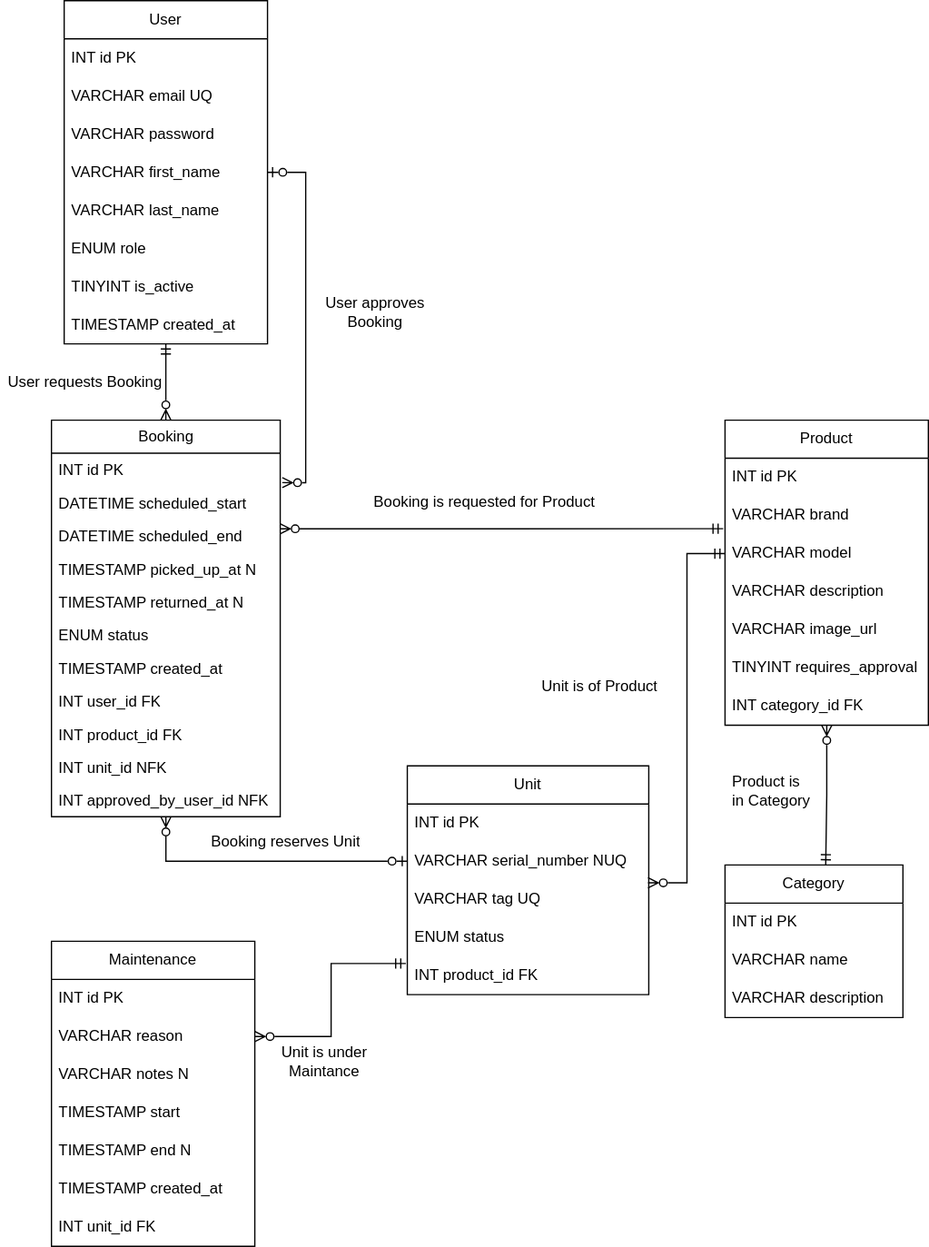
Above: database/Equipment Booking.drawio.svg in 37265/equipment-manager (draw.io), before the change. Source tidied: cells renumbered, new cells last; positions are measured from the earlier drawing's top-left corner, leaving out a move shared by most shapes.
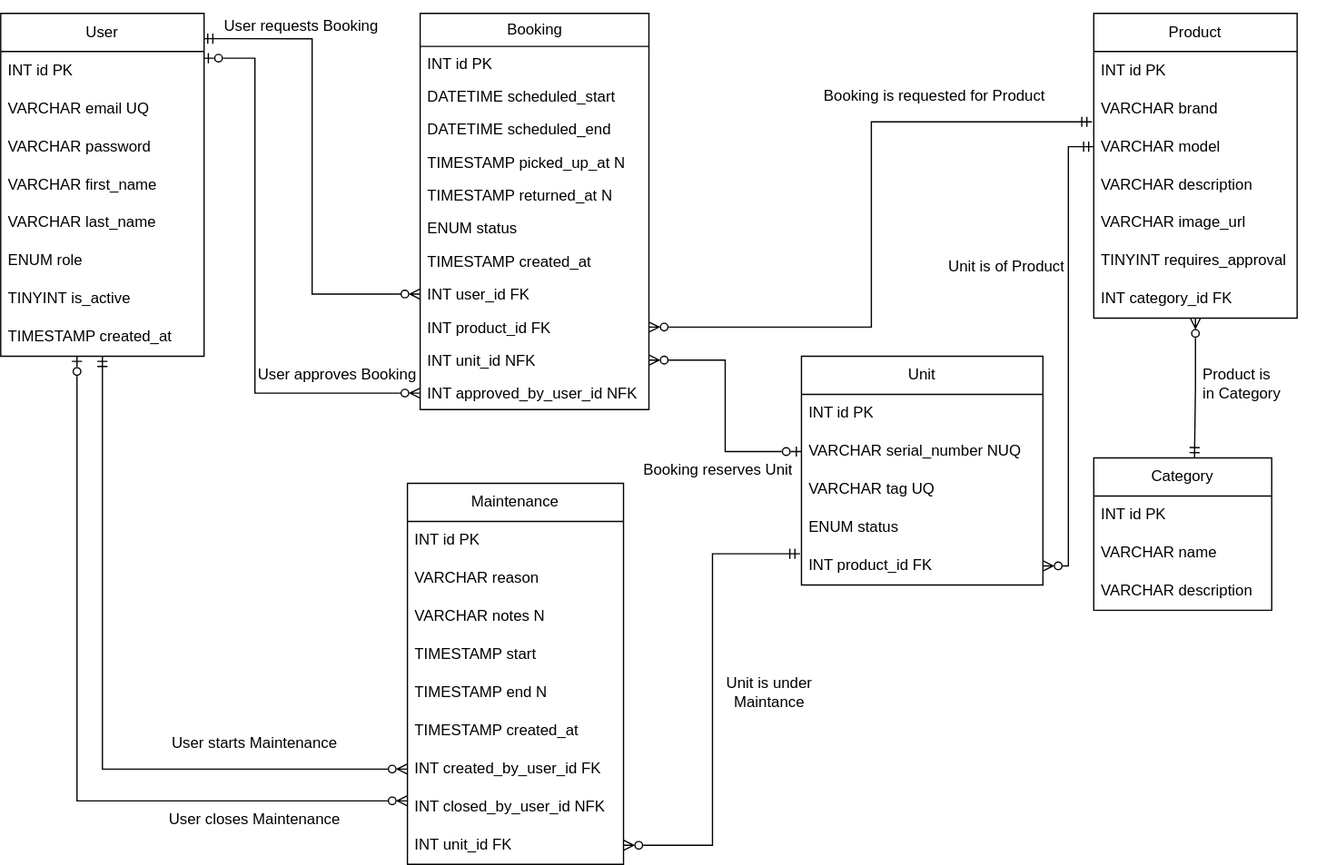
Above is the later version.

Commit message:
Update design doc and diagram

The edit, as a diff of the source:
```diff
@@ -2,11 +2,18 @@
   <root>
     <mxCell id="0" />
     <mxCell id="1" parent="0" />
-    <mxCell id="2" style="edgeStyle=orthogonalEdgeStyle;rounded=0;jettySize=auto;html=1;startArrow=ERmandOne;startFill=0;endArrow=ERzeroToMany;endFill=0;" parent="1" edge="1" source="3" target="24">
+    <mxCell id="2" style="edgeStyle=orthogonalEdgeStyle;rounded=0;jettySize=auto;html=1;startArrow=ERmandOne;startFill=0;endArrow=ERzeroToMany;endFill=0;exitX=0.993;exitY=0.074;exitDx=0;exitDy=0;exitPerimeter=0;entryX=0;entryY=0.5;entryDx=0;entryDy=0;" parent="1" edge="1" source="3" target="32">
       <mxGeometry relative="1" as="geometry" />
     </mxCell>
+    <mxCell id="63" style="edgeStyle=orthogonalEdgeStyle;rounded=0;jettySize=auto;html=1;entryX=0;entryY=0.5;entryDx=0;entryDy=0;startArrow=ERmandOne;startFill=0;endArrow=ERzeroToMany;endFill=0;" parent="1" edge="1" source="3" target="64">
+      <mxGeometry relative="1" as="geometry">
+        <Array as="points">
+          <mxPoint x="-210" y="925" />
+        </Array>
+      </mxGeometry>
+    </mxCell>
     <mxCell id="3" value="User" style="swimlane;fontStyle=0;horizontal=1;startSize=30;whiteSpace=wrap;html=1;" parent="1" vertex="1">
-      <mxGeometry x="50" width="160" height="270" as="geometry" />
+      <mxGeometry x="-290" y="330" width="160" height="270" as="geometry" />
     </mxCell>
     <mxCell id="4" value="INT id PK" style="text;strokeColor=none;fillColor=none;align=left;verticalAlign=middle;spacingLeft=4;spacingRight=4;overflow=hidden;points=[[0,0.5],[1,0.5]];portConstraint=eastwest;whiteSpace=wrap;html=1;" parent="3" vertex="1">
       <mxGeometry y="30" width="160" height="30" as="geometry" />
@@ -105,7 +112,7 @@
       <mxGeometry y="286" width="180" height="26" as="geometry" />
     </mxCell>
     <mxCell id="36" value="Unit" style="swimlane;fontStyle=0;horizontal=1;startSize=30;whiteSpace=wrap;html=1;" parent="1" vertex="1">
-      <mxGeometry x="320" y="602" width="190" height="180" as="geometry" />
+      <mxGeometry x="340" y="600" width="190" height="180" as="geometry" />
     </mxCell>
     <mxCell id="37" value="INT id PK" style="text;strokeColor=none;fillColor=none;align=left;verticalAlign=middle;spacingLeft=4;spacingRight=4;overflow=hidden;whiteSpace=wrap;html=1;" parent="36" vertex="1">
       <mxGeometry y="30" width="190" height="30" as="geometry" />
@@ -126,69 +133,90 @@
       <mxGeometry relative="1" as="geometry" />
     </mxCell>
     <mxCell id="43" value="Product is in&amp;nbsp;Category" style="text;strokeColor=none;fillColor=none;align=left;verticalAlign=middle;spacingLeft=4;spacingRight=4;overflow=hidden;whiteSpace=wrap;html=1;" parent="1" vertex="1">
-      <mxGeometry x="570" y="602" width="110" height="40" as="geometry" />
+      <mxGeometry x="650" y="602" width="110" height="40" as="geometry" />
     </mxCell>
-    <mxCell id="44" style="edgeStyle=orthogonalEdgeStyle;rounded=0;jettySize=auto;html=1;endArrow=ERzeroToOne;endFill=0;startArrow=ERzeroToMany;startFill=0;entryX=0;entryY=0.5;entryDx=0;entryDy=0;" parent="1" edge="1" source="24" target="38">
+    <mxCell id="44" style="edgeStyle=orthogonalEdgeStyle;rounded=0;jettySize=auto;html=1;endArrow=ERzeroToOne;endFill=0;startArrow=ERzeroToMany;startFill=0;entryX=0;entryY=0.5;entryDx=0;entryDy=0;exitX=1;exitY=0.5;exitDx=0;exitDy=0;" parent="1" edge="1" source="34" target="38">
       <mxGeometry relative="1" as="geometry" />
     </mxCell>
     <mxCell id="45" value="Booking reserves Unit" style="text;strokeColor=none;fillColor=none;align=left;verticalAlign=middle;spacingLeft=4;spacingRight=4;overflow=hidden;whiteSpace=wrap;html=1;" parent="1" vertex="1">
-      <mxGeometry x="160" y="642" width="140" height="40" as="geometry" />
+      <mxGeometry x="210" y="670" width="140" height="40" as="geometry" />
     </mxCell>
-    <mxCell id="46" style="edgeStyle=orthogonalEdgeStyle;rounded=0;jettySize=auto;html=1;entryX=0;entryY=0.5;entryDx=0;entryDy=0;endArrow=ERmandOne;endFill=0;startArrow=ERzeroToMany;startFill=0;exitX=0.997;exitY=0.067;exitDx=0;exitDy=0;exitPerimeter=0;" parent="1" edge="1" source="39" target="15">
+    <mxCell id="46" style="edgeStyle=orthogonalEdgeStyle;rounded=0;jettySize=auto;html=1;entryX=0;entryY=0.5;entryDx=0;entryDy=0;endArrow=ERmandOne;endFill=0;startArrow=ERzeroToMany;startFill=0;" parent="1" edge="1" source="41" target="15">
       <mxGeometry relative="1" as="geometry" />
     </mxCell>
     <mxCell id="47" value="User requests Booking" style="text;strokeColor=none;fillColor=none;align=left;verticalAlign=middle;spacingLeft=4;spacingRight=4;overflow=hidden;whiteSpace=wrap;html=1;" parent="1" vertex="1">
-      <mxGeometry y="280" width="140" height="40" as="geometry" />
+      <mxGeometry x="-120" y="320" width="140" height="40" as="geometry" />
     </mxCell>
     <mxCell id="48" value="Unit is of Product" style="text;strokeColor=none;fillColor=none;align=left;verticalAlign=middle;spacingLeft=4;spacingRight=4;overflow=hidden;whiteSpace=wrap;html=1;" parent="1" vertex="1">
-      <mxGeometry x="420" y="520" width="150" height="40" as="geometry" />
+      <mxGeometry x="450" y="510" width="150" height="40" as="geometry" />
     </mxCell>
-    <mxCell id="49" style="edgeStyle=orthogonalEdgeStyle;rounded=0;jettySize=auto;html=1;endArrow=ERmandOne;endFill=0;startArrow=ERzeroToMany;startFill=0;entryX=-0.009;entryY=0.848;entryDx=0;entryDy=0;exitX=0.999;exitY=0.287;exitDx=0;exitDy=0;exitPerimeter=0;entryPerimeter=0;" parent="1" edge="1" source="27" target="14">
+    <mxCell id="49" style="edgeStyle=orthogonalEdgeStyle;rounded=0;jettySize=auto;html=1;endArrow=ERmandOne;endFill=0;startArrow=ERzeroToMany;startFill=0;entryX=-0.009;entryY=0.848;entryDx=0;entryDy=0;exitX=1;exitY=0.5;exitDx=0;exitDy=0;entryPerimeter=0;" parent="1" edge="1" source="33" target="14">
       <mxGeometry relative="1" as="geometry" />
     </mxCell>
     <mxCell id="50" value="Booking is requested for Product" style="text;html=1;whiteSpace=wrap;strokeColor=none;fillColor=none;align=center;verticalAlign=middle;rounded=0;" parent="1" vertex="1">
-      <mxGeometry x="285.5" y="380" width="190" height="30" as="geometry" />
+      <mxGeometry x="350" y="380" width="190" height="30" as="geometry" />
     </mxCell>
     <mxCell id="51" value="Maintenance" style="swimlane;fontStyle=0;horizontal=1;startSize=30;whiteSpace=wrap;html=1;" parent="1" vertex="1">
-      <mxGeometry x="40" y="740" width="160" height="240" as="geometry" />
+      <mxGeometry x="30" y="700" width="170" height="300" as="geometry" />
     </mxCell>
     <mxCell id="52" value="INT id PK" style="text;strokeColor=none;fillColor=none;align=left;verticalAlign=middle;spacingLeft=4;spacingRight=4;overflow=hidden;whiteSpace=wrap;html=1;" parent="51" vertex="1">
-      <mxGeometry y="30" width="160" height="30" as="geometry" />
+      <mxGeometry y="30" width="170" height="30" as="geometry" />
     </mxCell>
     <mxCell id="53" value="VARCHAR reason" style="text;strokeColor=none;fillColor=none;align=left;verticalAlign=middle;spacingLeft=4;spacingRight=4;overflow=hidden;points=[[0,0.5],[1,0.5]];portConstraint=eastwest;whiteSpace=wrap;html=1;" parent="51" vertex="1">
-      <mxGeometry y="60" width="160" height="30" as="geometry" />
+      <mxGeometry y="60" width="170" height="30" as="geometry" />
     </mxCell>
     <mxCell id="54" value="VARCHAR notes N" style="text;strokeColor=none;fillColor=none;align=left;verticalAlign=middle;spacingLeft=4;spacingRight=4;overflow=hidden;whiteSpace=wrap;html=1;" parent="51" vertex="1">
-      <mxGeometry y="90" width="160" height="30" as="geometry" />
+      <mxGeometry y="90" width="170" height="30" as="geometry" />
     </mxCell>
     <mxCell id="55" value="&lt;div&gt;TIMESTAMP start&lt;/div&gt;" style="text;strokeColor=none;fillColor=none;align=left;verticalAlign=middle;spacingLeft=4;spacingRight=4;overflow=hidden;whiteSpace=wrap;html=1;" parent="51" vertex="1">
-      <mxGeometry y="120" width="160" height="30" as="geometry" />
+      <mxGeometry y="120" width="170" height="30" as="geometry" />
     </mxCell>
     <mxCell id="56" value="TIMESTAMP end N" style="text;strokeColor=none;fillColor=none;align=left;verticalAlign=middle;spacingLeft=4;spacingRight=4;overflow=hidden;whiteSpace=wrap;html=1;" parent="51" vertex="1">
-      <mxGeometry y="150" width="160" height="30" as="geometry" />
+      <mxGeometry y="150" width="170" height="30" as="geometry" />
     </mxCell>
     <mxCell id="57" value="TIMESTAMP created_at" style="text;strokeColor=none;fillColor=none;align=left;verticalAlign=middle;spacingLeft=4;spacingRight=4;overflow=hidden;whiteSpace=wrap;html=1;" parent="51" vertex="1">
-      <mxGeometry y="180" width="160" height="30" as="geometry" />
+      <mxGeometry y="180" width="170" height="30" as="geometry" />
     </mxCell>
+    <mxCell id="64" value="INT created_by_user_id FK" style="text;strokeColor=none;fillColor=none;align=left;verticalAlign=middle;spacingLeft=4;spacingRight=4;overflow=hidden;points=[[0,0.5],[1,0.5]];portConstraint=eastwest;whiteSpace=wrap;html=1;" parent="51" vertex="1">
+      <mxGeometry y="210" width="170" height="30" as="geometry" />
+    </mxCell>
+    <mxCell id="65" value="INT closed_by_user_id NFK" style="text;strokeColor=none;fillColor=none;align=left;verticalAlign=middle;spacingLeft=4;spacingRight=4;overflow=hidden;whiteSpace=wrap;html=1;" parent="51" vertex="1">
+      <mxGeometry y="240" width="170" height="30" as="geometry" />
+    </mxCell>
     <mxCell id="58" value="INT unit_id FK" style="text;strokeColor=none;fillColor=none;align=left;verticalAlign=middle;spacingLeft=4;spacingRight=4;overflow=hidden;points=[[0,0.5],[1,0.5]];portConstraint=eastwest;whiteSpace=wrap;html=1;" parent="51" vertex="1">
-      <mxGeometry y="210" width="160" height="30" as="geometry" />
+      <mxGeometry y="270" width="170" height="30" as="geometry" />
     </mxCell>
-    <mxCell id="59" style="edgeStyle=orthogonalEdgeStyle;rounded=0;jettySize=auto;html=1;entryX=-0.006;entryY=0.184;entryDx=0;entryDy=0;entryPerimeter=0;endArrow=ERmandOne;endFill=0;startArrow=ERzeroToMany;startFill=0;exitX=1;exitY=0.5;exitDx=0;exitDy=0;" parent="1" edge="1" source="53" target="41">
+    <mxCell id="59" style="edgeStyle=orthogonalEdgeStyle;rounded=0;jettySize=auto;html=1;entryX=-0.006;entryY=0.184;entryDx=0;entryDy=0;entryPerimeter=0;endArrow=ERmandOne;endFill=0;startArrow=ERzeroToMany;startFill=0;exitX=1;exitY=0.5;exitDx=0;exitDy=0;" parent="1" edge="1" source="58" target="41">
       <mxGeometry relative="1" as="geometry" />
     </mxCell>
     <mxCell id="60" value="Unit is under Maintance" style="text;html=1;whiteSpace=wrap;strokeColor=none;fillColor=none;align=center;verticalAlign=middle;rounded=0;" parent="1" vertex="1">
-      <mxGeometry x="200" y="820" width="110" height="30" as="geometry" />
+      <mxGeometry x="260" y="850" width="110" height="30" as="geometry" />
     </mxCell>
-    <mxCell id="61" style="edgeStyle=orthogonalEdgeStyle;rounded=0;jettySize=auto;html=1;entryX=1.009;entryY=-0.109;entryDx=0;entryDy=0;entryPerimeter=0;startArrow=ERzeroToOne;startFill=0;endArrow=ERzeroToMany;endFill=0;" parent="1" edge="1" source="3" target="26">
+    <mxCell id="61" style="edgeStyle=orthogonalEdgeStyle;rounded=0;jettySize=auto;html=1;entryX=0;entryY=0.5;entryDx=0;entryDy=0;startArrow=ERzeroToOne;startFill=0;endArrow=ERzeroToMany;endFill=0;exitX=0.996;exitY=0.177;exitDx=0;exitDy=0;exitPerimeter=0;" parent="1" edge="1" source="4" target="35">
       <mxGeometry relative="1" as="geometry">
         <Array as="points">
-          <mxPoint x="240" y="135" />
-          <mxPoint x="240" y="379" />
+          <mxPoint x="-90" y="365" />
+          <mxPoint x="-90" y="629" />
         </Array>
       </mxGeometry>
     </mxCell>
     <mxCell id="62" value="User approves Booking" style="text;html=1;whiteSpace=wrap;strokeColor=none;fillColor=none;align=center;verticalAlign=middle;rounded=0;" parent="1" vertex="1">
-      <mxGeometry x="245" y="230" width="100" height="30" as="geometry" />
+      <mxGeometry x="-100" y="600" width="150" height="30" as="geometry" />
     </mxCell>
+    <mxCell id="66" style="edgeStyle=orthogonalEdgeStyle;rounded=0;jettySize=auto;html=1;startArrow=ERzeroToOne;startFill=0;endArrow=ERzeroToMany;endFill=0;" parent="1" edge="1" source="3">
+      <mxGeometry relative="1" as="geometry">
+        <mxPoint x="30" y="950" as="targetPoint" />
+        <Array as="points">
+          <mxPoint x="-230" y="950" />
+          <mxPoint x="30" y="950" />
+        </Array>
+      </mxGeometry>
+    </mxCell>
+    <mxCell id="67" value="User starts Maintenance" style="text;html=1;whiteSpace=wrap;strokeColor=none;fillColor=none;align=center;verticalAlign=middle;rounded=0;" parent="1" vertex="1">
+      <mxGeometry x="-160" y="890" width="140" height="30" as="geometry" />
+    </mxCell>
+    <mxCell id="68" value="User closes Maintenance" style="text;html=1;whiteSpace=wrap;strokeColor=none;fillColor=none;align=center;verticalAlign=middle;rounded=0;" parent="1" vertex="1">
+      <mxGeometry x="-160" y="950" width="140" height="30" as="geometry" />
+    </mxCell>
   </root>
 </mxGraphModel>
```
